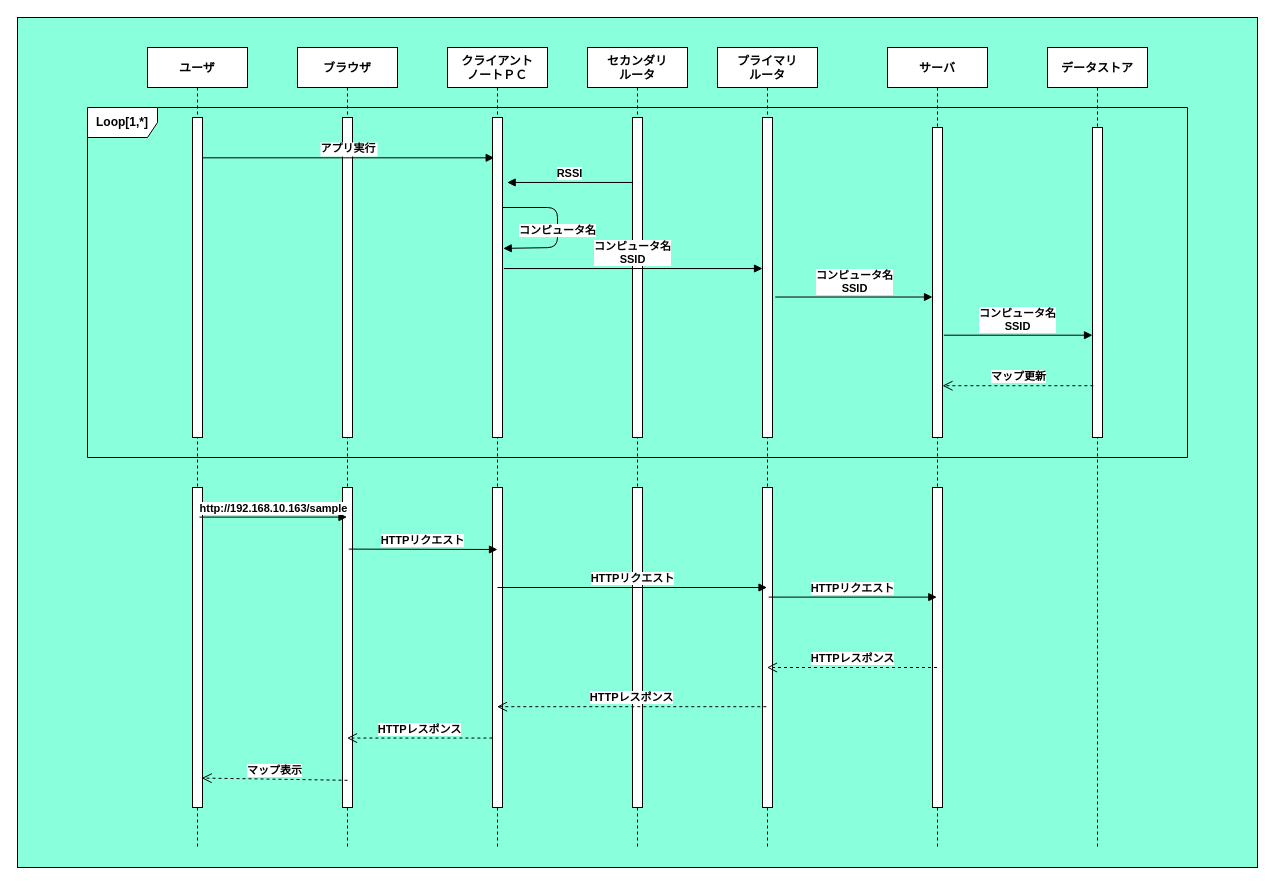
1Fp1N/Wi-Fi- keeps this draw.io diagram as シーケンステスト.drawio. Above is the earlier version. Source tidied: cells renumbered, new cells numbered last; positions are measured from the earlier drawing's top-left corner, leaving out a move shared by most shapes. Both pictures are drawn from the tidied source at 100%, with x=0, y=0 at pixel (17, 17).
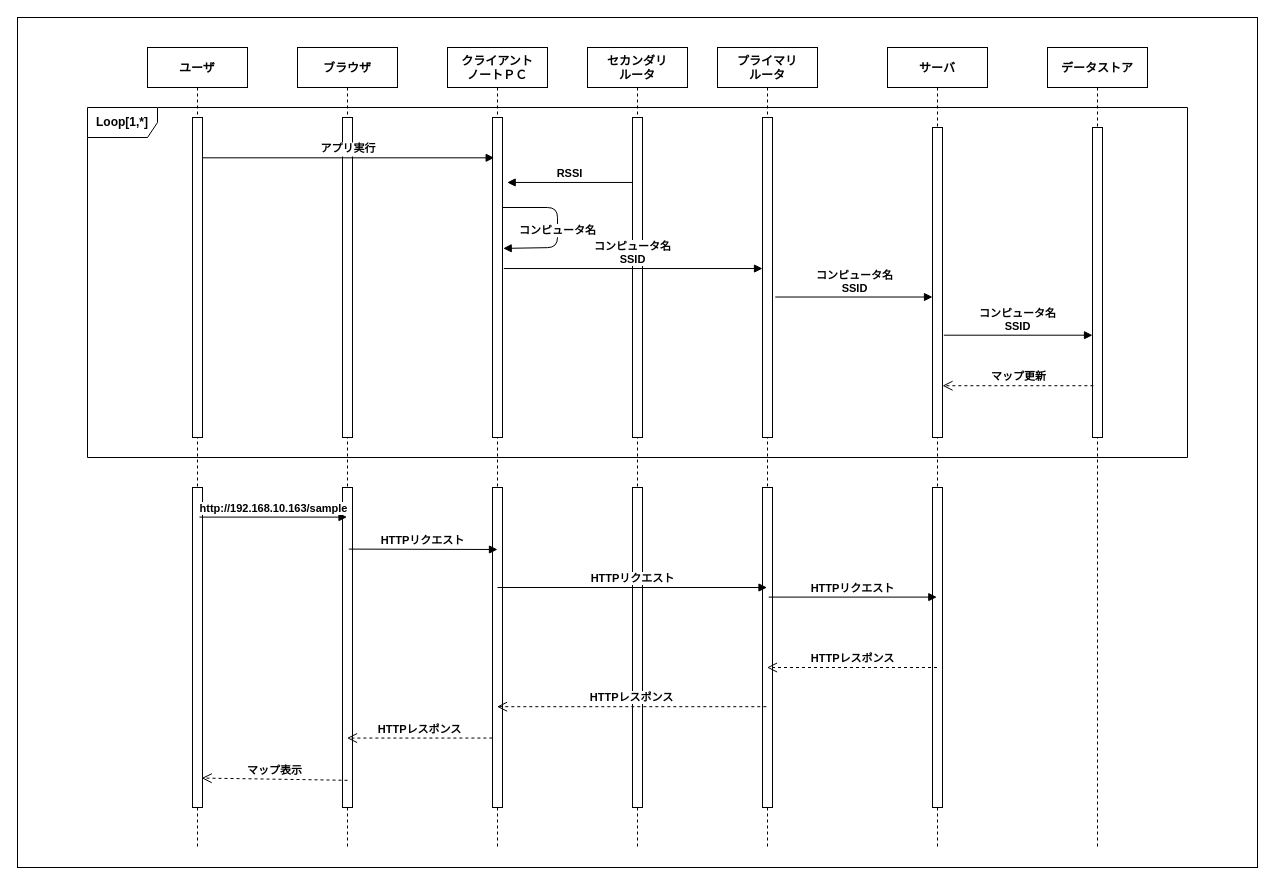
After the change.

Commit message:
シーケンステスト.drawio を更新します

The edit, as a diff of the source:
```diff
@@
-    <mxCell id="2" style="rounded=0;whiteSpace=wrap;html=1;fillColor=#8AFFDC;" parent="1" vertex="1">
+    <mxCell id="2" style="rounded=0;whiteSpace=wrap;html=1;fillColor=#FFFFFF;" parent="1" vertex="1">
       <mxGeometry width="1240" height="850" as="geometry" />
     </mxCell>
```
